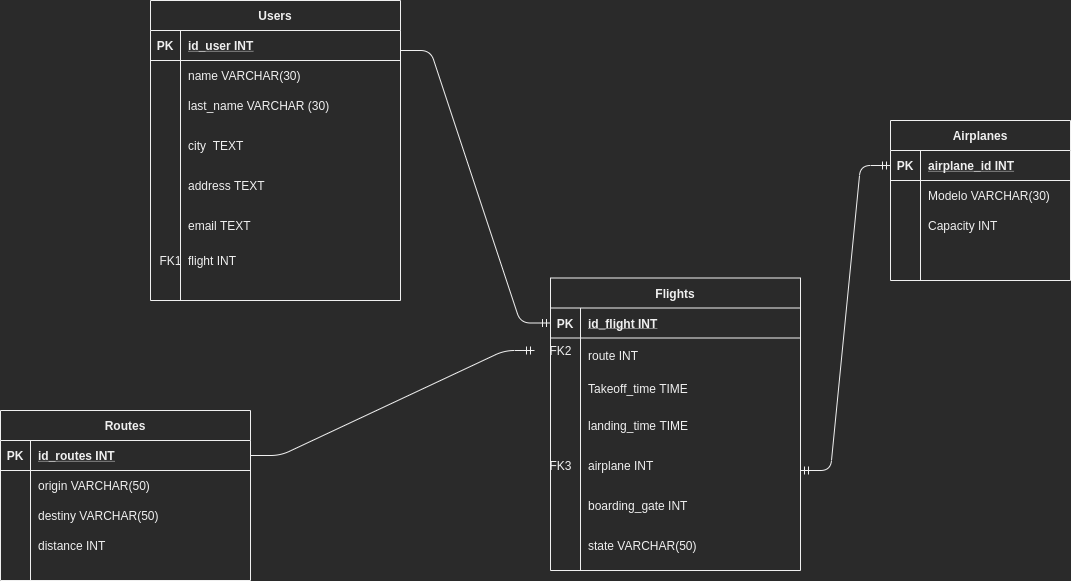
The draw.io diagram Modelo-platzi-master.png in PlatziMaster/Master-X-Day-Backend, before a commit. Source tidied: cells renumbered, new cells last; positions are measured from the earlier drawing's top-left corner, leaving out a move shared by most shapes.
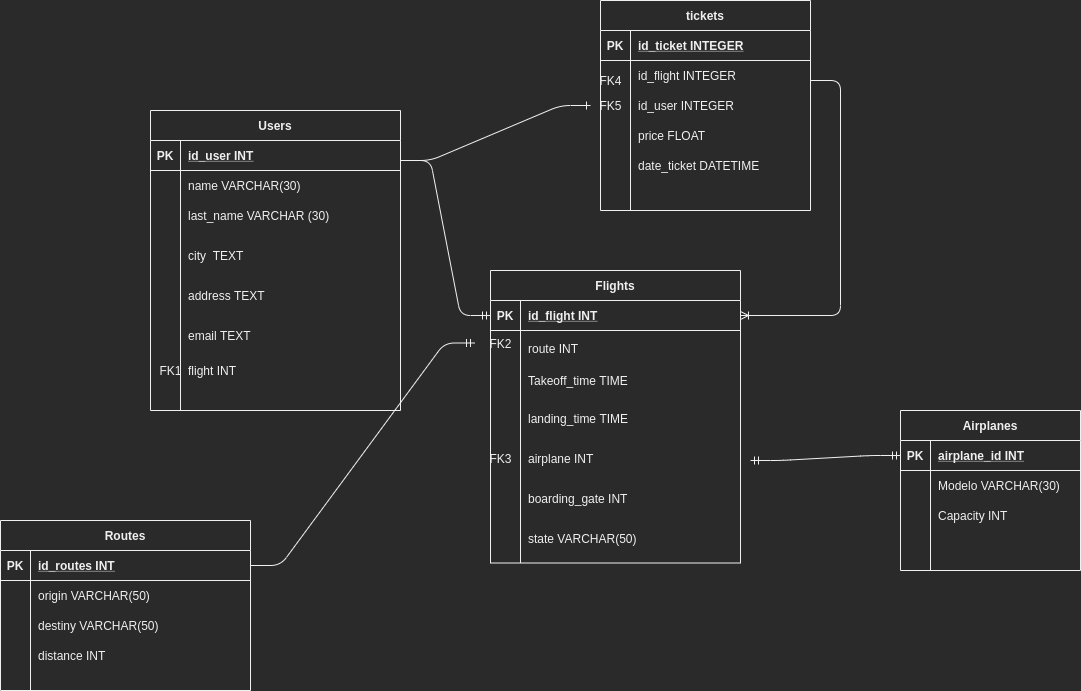
After the change.

Commit message:
Modify image the entity-relation model

The edit, as a diff of the source:
```diff
@@ -33,7 +33,7 @@
       <mxGeometry x="30" width="220" height="30" as="geometry" />
     </mxCell>
     <mxCell id="12" value="Flights" style="shape=table;startSize=30;rowLines=0;fontStyle=1;align=center;" parent="1" vertex="1">
-      <mxGeometry x="550" y="277.5" width="250" height="292.5" as="geometry" />
+      <mxGeometry x="490" y="160" width="250" height="292.5" as="geometry" />
     </mxCell>
     <mxCell id="13" style="shape=partialRectangle;fillColor=none;points=[[0,0.5],[1,0.5]];portConstraint=eastwest;top=0;left=0;right=0;bottom=1;" parent="12" vertex="1">
       <mxGeometry y="30" width="250" height="30" as="geometry" />
@@ -99,10 +99,10 @@
       <mxGeometry x="150" y="250" width="40" height="20" as="geometry" />
     </mxCell>
     <mxCell id="34" value="landing_time TIME" style="shape=partialRectangle;overflow=hidden;fillColor=none;top=0;left=0;bottom=0;right=0;align=left;spacingLeft=6;" parent="1" vertex="1">
-      <mxGeometry x="580" y="410" width="220" height="30" as="geometry" />
+      <mxGeometry x="520" y="292.5" width="220" height="30" as="geometry" />
     </mxCell>
     <mxCell id="35" value="airplane INT" style="shape=partialRectangle;overflow=hidden;fillColor=none;top=0;left=0;bottom=0;right=0;align=left;spacingLeft=6;" parent="1" vertex="1">
-      <mxGeometry x="580" y="450" width="220" height="30" as="geometry" />
+      <mxGeometry x="520" y="332.5" width="220" height="30" as="geometry" />
     </mxCell>
     <mxCell id="36" value="destiny VARCHAR(50)" style="shape=partialRectangle;overflow=hidden;fillColor=none;top=0;left=0;bottom=0;right=0;align=left;spacingLeft=6;" parent="1" vertex="1">
       <mxGeometry x="30" y="500" width="220" height="30" as="geometry" />
@@ -111,16 +111,16 @@
       <mxGeometry x="30" y="530" width="220" height="30" as="geometry" />
     </mxCell>
     <mxCell id="38" value="boarding_gate INT" style="shape=partialRectangle;overflow=hidden;fillColor=none;top=0;left=0;bottom=0;right=0;align=left;spacingLeft=6;" parent="1" vertex="1">
-      <mxGeometry x="580" y="490" width="220" height="30" as="geometry" />
+      <mxGeometry x="520" y="372.5" width="220" height="30" as="geometry" />
     </mxCell>
     <mxCell id="39" value="state VARCHAR(50)" style="shape=partialRectangle;overflow=hidden;fillColor=none;top=0;left=0;bottom=0;right=0;align=left;spacingLeft=6;" parent="1" vertex="1">
-      <mxGeometry x="580" y="530" width="220" height="30" as="geometry" />
+      <mxGeometry x="520" y="412.5" width="220" height="30" as="geometry" />
     </mxCell>
     <mxCell id="40" value="FK2" style="text;html=1;align=center;verticalAlign=middle;points=[];" parent="1" vertex="1">
-      <mxGeometry x="540" y="340" width="40" height="20" as="geometry" />
+      <mxGeometry x="480" y="222.5" width="40" height="20" as="geometry" />
     </mxCell>
     <mxCell id="41" value="Airplanes" style="shape=table;startSize=30;rowLines=0;fontStyle=1;align=center;" parent="1" vertex="1">
-      <mxGeometry x="890" y="120" width="180" height="160" as="geometry" />
+      <mxGeometry x="900" y="300" width="180" height="160" as="geometry" />
     </mxCell>
     <mxCell id="42" style="shape=partialRectangle;fillColor=none;top=0;left=0;bottom=1;right=0;points=[[0,0.5],[1,0.5]];portConstraint=eastwest;" parent="41" vertex="1">
       <mxGeometry y="30" width="180" height="30" as="geometry" />
@@ -159,11 +159,11 @@
       <mxGeometry x="30" width="150" height="30" as="geometry" />
     </mxCell>
     <mxCell id="54" value="FK3" style="text;html=1;align=center;verticalAlign=middle;" parent="1" vertex="1">
-      <mxGeometry x="540" y="455" width="40" height="20" as="geometry" />
+      <mxGeometry x="480" y="337.5" width="40" height="20" as="geometry" />
     </mxCell>
     <mxCell id="55" style="edgeStyle=entityRelationEdgeStyle;fontSize=12;html=1;endArrow=ERmandOne;startArrow=ERmandOne;entryX=0;entryY=0.5;entryDx=0;entryDy=0;" parent="1" edge="1" target="42">
       <mxGeometry relative="1" as="geometry">
-        <mxPoint x="800" y="470" as="sourcePoint" />
+        <mxPoint x="750" y="350" as="sourcePoint" />
       </mxGeometry>
     </mxCell>
     <mxCell id="56" style="edgeStyle=entityRelationEdgeStyle;fontSize=12;html=1;endArrow=ERmandOne;entryX=0;entryY=0.5;entryDx=0;entryDy=0;" parent="1" edge="1" target="13">
@@ -176,5 +176,63 @@
         <mxPoint x="250" y="455" as="sourcePoint" />
       </mxGeometry>
     </mxCell>
+    <mxCell id="58" value="tickets" style="shape=table;startSize=30;rowLines=0;fontStyle=1;align=center;" parent="1" vertex="1">
+      <mxGeometry x="600" y="-110" width="210" height="210" as="geometry" />
+    </mxCell>
+    <mxCell id="59" style="shape=partialRectangle;fillColor=none;top=0;left=0;bottom=1;right=0;" parent="58" vertex="1">
+      <mxGeometry y="30" width="210" height="30" as="geometry" />
+    </mxCell>
+    <mxCell id="60" value="PK" style="shape=partialRectangle;fillColor=none;top=0;left=0;bottom=0;right=0;fontStyle=1;overflow=hidden;" parent="59" vertex="1">
+      <mxGeometry width="30" height="30" as="geometry" />
+    </mxCell>
+    <mxCell id="61" value="id_ticket INTEGER" style="shape=partialRectangle;fillColor=none;top=0;left=0;bottom=0;right=0;align=left;spacingLeft=6;fontStyle=5;overflow=hidden;" parent="59" vertex="1">
+      <mxGeometry x="30" width="180" height="30" as="geometry" />
+    </mxCell>
+    <mxCell id="62" style="shape=partialRectangle;fillColor=none;top=0;left=0;bottom=0;right=0;" parent="58" vertex="1">
+      <mxGeometry y="60" width="210" height="30" as="geometry" />
+    </mxCell>
+    <mxCell id="63" style="shape=partialRectangle;fillColor=none;top=0;left=0;bottom=0;right=0;overflow=hidden;" parent="62" vertex="1">
+      <mxGeometry width="30" height="30" as="geometry" />
+    </mxCell>
+    <mxCell id="64" value="id_flight INTEGER" style="shape=partialRectangle;fillColor=none;top=0;left=0;bottom=0;right=0;align=left;spacingLeft=6;overflow=hidden;" parent="62" vertex="1">
+      <mxGeometry x="30" width="180" height="30" as="geometry" />
+    </mxCell>
+    <mxCell id="65" style="shape=partialRectangle;fillColor=none;top=0;left=0;bottom=0;right=0;" parent="58" vertex="1">
+      <mxGeometry y="90" width="210" height="30" as="geometry" />
+    </mxCell>
+    <mxCell id="66" style="shape=partialRectangle;fillColor=none;top=0;left=0;bottom=0;right=0;overflow=hidden;" parent="65" vertex="1">
+      <mxGeometry width="30" height="30" as="geometry" />
+    </mxCell>
+    <mxCell id="67" value="id_user INTEGER" style="shape=partialRectangle;fillColor=none;top=0;left=0;bottom=0;right=0;align=left;spacingLeft=6;overflow=hidden;" parent="65" vertex="1">
+      <mxGeometry x="30" width="180" height="30" as="geometry" />
+    </mxCell>
+    <mxCell id="68" style="shape=partialRectangle;fillColor=none;top=0;left=0;bottom=0;right=0;" parent="58" vertex="1">
+      <mxGeometry y="120" width="210" height="30" as="geometry" />
+    </mxCell>
+    <mxCell id="69" style="shape=partialRectangle;fillColor=none;top=0;left=0;bottom=0;right=0;overflow=hidden;" parent="68" vertex="1">
+      <mxGeometry width="30" height="30" as="geometry" />
+    </mxCell>
+    <mxCell id="70" value="price FLOAT" style="shape=partialRectangle;fillColor=none;top=0;left=0;bottom=0;right=0;align=left;spacingLeft=6;overflow=hidden;" parent="68" vertex="1">
+      <mxGeometry x="30" width="180" height="30" as="geometry" />
+    </mxCell>
+    <mxCell id="71" value="date_ticket DATETIME" style="shape=partialRectangle;fillColor=none;top=0;left=0;bottom=0;right=0;align=left;spacingLeft=6;overflow=hidden;" parent="1" vertex="1">
+      <mxGeometry x="630" y="40" width="180" height="30" as="geometry" />
+    </mxCell>
+    <mxCell id="72" value="FK4" style="text;html=1;align=center;verticalAlign=middle;" parent="1" vertex="1">
+      <mxGeometry x="590" y="-40" width="40" height="20" as="geometry" />
+    </mxCell>
+    <mxCell id="73" value="FK5" style="text;html=1;align=center;verticalAlign=middle;points=[];" parent="1" vertex="1">
+      <mxGeometry x="590" y="-15" width="40" height="20" as="geometry" />
+    </mxCell>
+    <mxCell id="74" style="edgeStyle=entityRelationEdgeStyle;fontSize=12;html=1;endArrow=ERoneToMany;" parent="1" edge="1" target="13">
+      <mxGeometry relative="1" as="geometry">
+        <mxPoint x="810" y="-30" as="sourcePoint" />
+      </mxGeometry>
+    </mxCell>
+    <mxCell id="75" style="edgeStyle=entityRelationEdgeStyle;fontSize=12;html=1;endArrow=ERone;endFill=1;" parent="1" edge="1" target="73">
+      <mxGeometry relative="1" as="geometry">
+        <mxPoint x="400" y="50" as="sourcePoint" />
+      </mxGeometry>
+    </mxCell>
   </root>
 </mxGraphModel>
```
